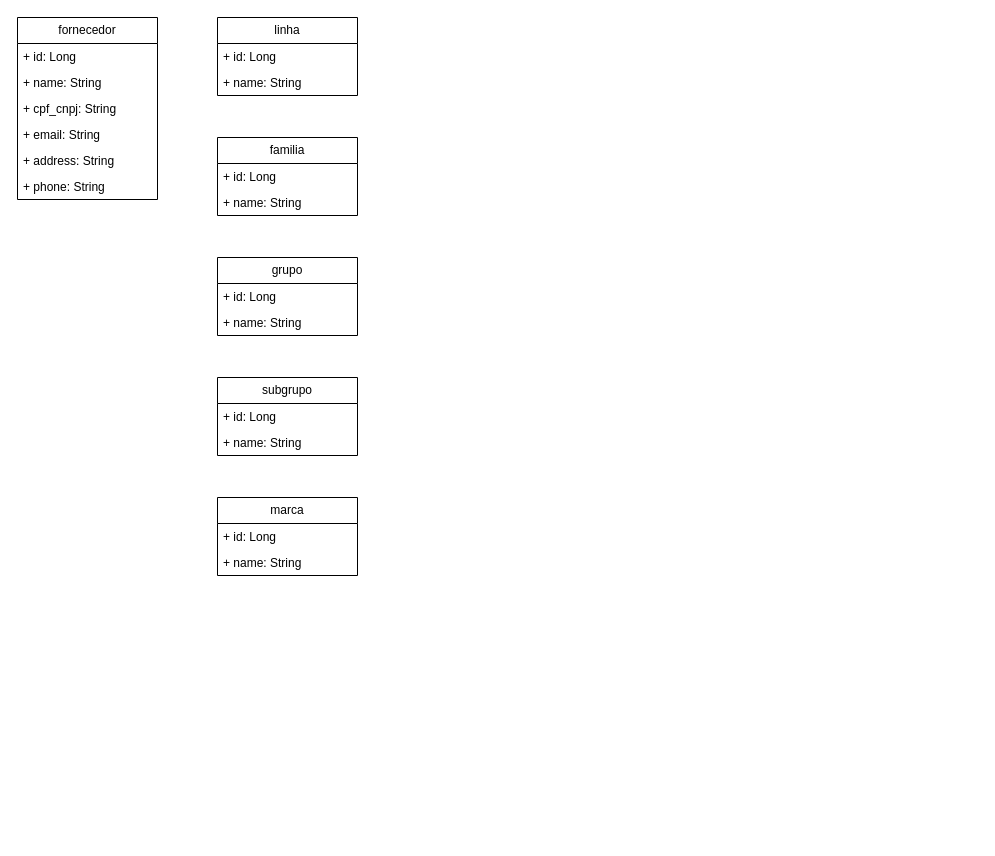
augustocesarsousa/draw-io keeps this draw.io diagram as produto.drawio. Above is the earlier version. Source tidied: cells renumbered, new cells numbered last; positions are measured from the earlier drawing's top-left corner, leaving out a move shared by most shapes. Both pictures are drawn from the tidied source at 100%, with x=0, y=0 at pixel (17, 17).
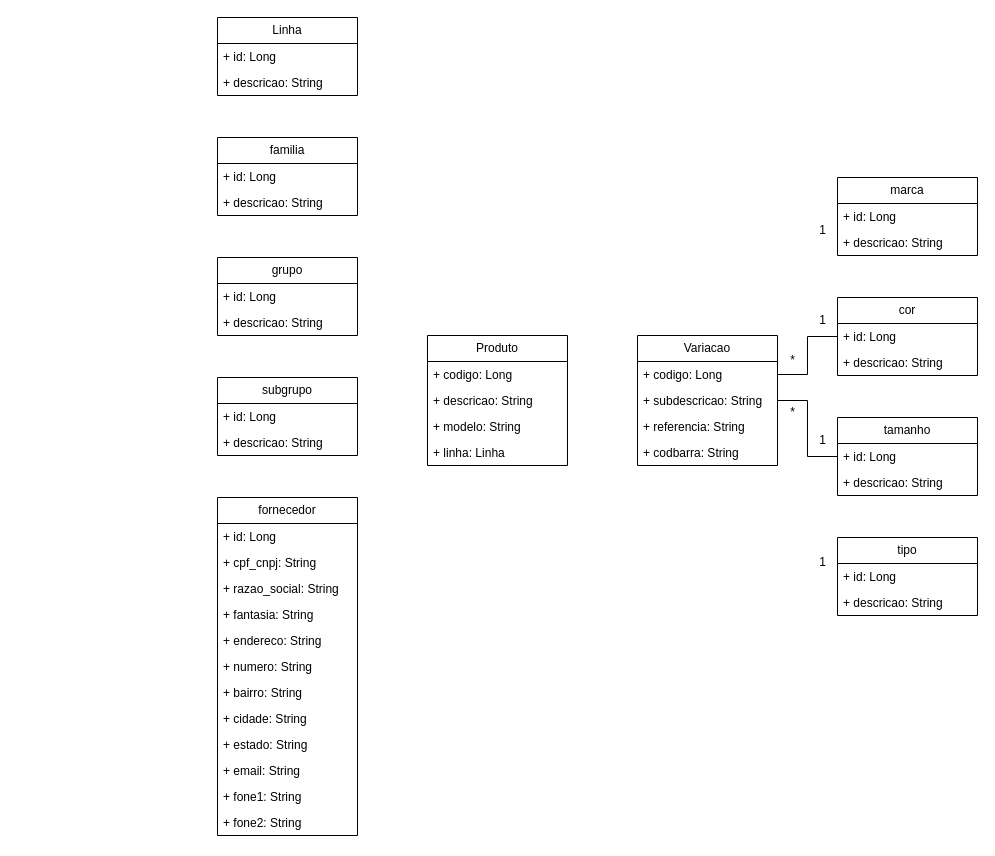
After the change.

The change refers to these unchanged cells:
```xml
<mxCell id="5" value="familia" style="swimlane;fontStyle=0;horizontal=1;startSize=26;fillColor=none;whiteSpace=wrap;html=1;" parent="1" vertex="1">
  <mxGeometry x="200" y="120" width="140" height="78" as="geometry" />
</mxCell>
<mxCell id="8" value="grupo" style="swimlane;fontStyle=0;horizontal=1;startSize=26;fillColor=none;whiteSpace=wrap;html=1;" parent="1" vertex="1">
  <mxGeometry x="200" y="240" width="140" height="78" as="geometry" />
</mxCell>
<mxCell id="11" value="subgrupo" style="swimlane;fontStyle=0;horizontal=1;startSize=26;fillColor=none;whiteSpace=wrap;html=1;" parent="1" vertex="1">
  <mxGeometry x="200" y="360" width="140" height="78" as="geometry" />
</mxCell>
```

Change to the diagram source:
```diff
@@
-    <mxCell id="2" value="linha" style="swimlane;fontStyle=0;horizontal=1;startSize=26;fillColor=none;whiteSpace=wrap;html=1;" parent="1" vertex="1">
+    <mxCell id="2" value="Linha" style="swimlane;fontStyle=0;horizontal=1;startSize=26;fillColor=none;whiteSpace=wrap;html=1;" parent="1" vertex="1">
       <mxGeometry x="200" width="140" height="78" as="geometry" />
     </mxCell>
@@
-    <mxCell id="4" value="+ name: String" style="text;strokeColor=none;fillColor=none;align=left;verticalAlign=top;spacingLeft=4;spacingRight=4;overflow=hidden;whiteSpace=wrap;html=1;" parent="2" vertex="1">
+    <mxCell id="4" value="+ descricao: String" style="text;strokeColor=none;fillColor=none;align=left;verticalAlign=top;spacingLeft=4;spacingRight=4;overflow=hidden;whiteSpace=wrap;html=1;" parent="2" vertex="1">
       <mxGeometry y="52" width="140" height="26" as="geometry" />
     </mxCell>
@@
-    <mxCell id="7" value="+ name: String" style="text;strokeColor=none;fillColor=none;align=left;verticalAlign=top;spacingLeft=4;spacingRight=4;overflow=hidden;whiteSpace=wrap;html=1;" parent="5" vertex="1">
+    <mxCell id="7" value="+ descricao: String" style="text;strokeColor=none;fillColor=none;align=left;verticalAlign=top;spacingLeft=4;spacingRight=4;overflow=hidden;whiteSpace=wrap;html=1;" parent="5" vertex="1">
       <mxGeometry y="52" width="140" height="26" as="geometry" />
     </mxCell>
@@
-    <mxCell id="10" value="+ name: String" style="text;strokeColor=none;fillColor=none;align=left;verticalAlign=top;spacingLeft=4;spacingRight=4;overflow=hidden;whiteSpace=wrap;html=1;" parent="8" vertex="1">
+    <mxCell id="10" value="+ descricao: String" style="text;strokeColor=none;fillColor=none;align=left;verticalAlign=top;spacingLeft=4;spacingRight=4;overflow=hidden;whiteSpace=wrap;html=1;" parent="8" vertex="1">
       <mxGeometry y="52" width="140" height="26" as="geometry" />
     </mxCell>
@@
-    <mxCell id="13" value="+ name: String" style="text;strokeColor=none;fillColor=none;align=left;verticalAlign=top;spacingLeft=4;spacingRight=4;overflow=hidden;whiteSpace=wrap;html=1;" parent="11" vertex="1">
+    <mxCell id="13" value="+ descricao: String" style="text;strokeColor=none;fillColor=none;align=left;verticalAlign=top;spacingLeft=4;spacingRight=4;overflow=hidden;whiteSpace=wrap;html=1;" parent="11" vertex="1">
       <mxGeometry y="52" width="140" height="26" as="geometry" />
     </mxCell>
     <mxCell id="14" value="marca" style="swimlane;fontStyle=0;horizontal=1;startSize=26;fillColor=none;whiteSpace=wrap;html=1;" parent="1" vertex="1">
-      <mxGeometry x="200" y="480" width="140" height="78" as="geometry" />
+      <mxGeometry x="820" y="160" width="140" height="78" as="geometry" />
     </mxCell>
@@
-    <mxCell id="16" value="+ name: String" style="text;strokeColor=none;fillColor=none;align=left;verticalAlign=top;spacingLeft=4;spacingRight=4;overflow=hidden;whiteSpace=wrap;html=1;" parent="14" vertex="1">
+    <mxCell id="16" value="+ descricao: String" style="text;strokeColor=none;fillColor=none;align=left;verticalAlign=top;spacingLeft=4;spacingRight=4;overflow=hidden;whiteSpace=wrap;html=1;" parent="14" vertex="1">
       <mxGeometry y="52" width="140" height="26" as="geometry" />
     </mxCell>
     <mxCell id="17" value="fornecedor" style="swimlane;fontStyle=0;horizontal=1;startSize=26;fillColor=none;whiteSpace=wrap;html=1;" parent="1" vertex="1">
-      <mxGeometry width="140" height="182" as="geometry" />
+      <mxGeometry x="200" y="480" width="140" height="338" as="geometry" />
     </mxCell>
@@
+    <mxCell id="20" value="+ cpf_cnpj: String" style="text;strokeColor=none;fillColor=none;align=left;verticalAlign=top;spacingLeft=4;spacingRight=4;overflow=hidden;whiteSpace=wrap;html=1;" parent="17" vertex="1">
+      <mxGeometry y="52" width="140" height="26" as="geometry" />
+    </mxCell>
-    <mxCell id="19" value="+ name: String" style="text;strokeColor=none;fillColor=none;align=left;verticalAlign=top;spacingLeft=4;spacingRight=4;overflow=hidden;whiteSpace=wrap;html=1;" parent="17" vertex="1">
-      <mxGeometry y="52" width="140" height="26" as="geometry" />
+    <mxCell id="19" value="+ razao_social: String" style="text;strokeColor=none;fillColor=none;align=left;verticalAlign=top;spacingLeft=4;spacingRight=4;overflow=hidden;whiteSpace=wrap;html=1;" parent="17" vertex="1">
+      <mxGeometry y="78" width="140" height="26" as="geometry" />
     </mxCell>
-    <mxCell id="20" value="+ cpf_cnpj: String" style="text;strokeColor=none;fillColor=none;align=left;verticalAlign=top;spacingLeft=4;spacingRight=4;overflow=hidden;whiteSpace=wrap;html=1;" parent="17" vertex="1">
-      <mxGeometry y="78" width="140" height="26" as="geometry" />
-    </mxCell>
-    <mxCell id="21" value="+ email: String" style="text;strokeColor=none;fillColor=none;align=left;verticalAlign=top;spacingLeft=4;spacingRight=4;overflow=hidden;whiteSpace=wrap;html=1;" parent="17" vertex="1">
-      <mxGeometry y="104" width="140" height="26" as="geometry" />
-    </mxCell>
+    <mxCell id="24" value="+ fantasia: String" style="text;strokeColor=none;fillColor=none;align=left;verticalAlign=top;spacingLeft=4;spacingRight=4;overflow=hidden;whiteSpace=wrap;html=1;" parent="17" vertex="1">
+      <mxGeometry y="104" width="140" height="26" as="geometry" />
+    </mxCell>
-    <mxCell id="22" value="+ address: String" style="text;strokeColor=none;fillColor=none;align=left;verticalAlign=top;spacingLeft=4;spacingRight=4;overflow=hidden;whiteSpace=wrap;html=1;" parent="17" vertex="1">
+    <mxCell id="22" value="+ endereco: String" style="text;strokeColor=none;fillColor=none;align=left;verticalAlign=top;spacingLeft=4;spacingRight=4;overflow=hidden;whiteSpace=wrap;html=1;" parent="17" vertex="1">
       <mxGeometry y="130" width="140" height="26" as="geometry" />
     </mxCell>
-    <mxCell id="23" value="+ phone: String" style="text;strokeColor=none;fillColor=none;align=left;verticalAlign=top;spacingLeft=4;spacingRight=4;overflow=hidden;whiteSpace=wrap;html=1;" parent="17" vertex="1">
+    <mxCell id="23" value="+ numero: String" style="text;strokeColor=none;fillColor=none;align=left;verticalAlign=top;spacingLeft=4;spacingRight=4;overflow=hidden;whiteSpace=wrap;html=1;" parent="17" vertex="1">
       <mxGeometry y="156" width="140" height="26" as="geometry" />
     </mxCell>
+    <mxCell id="25" value="+ bairro: String" style="text;strokeColor=none;fillColor=none;align=left;verticalAlign=top;spacingLeft=4;spacingRight=4;overflow=hidden;whiteSpace=wrap;html=1;" parent="17" vertex="1">
+      <mxGeometry y="182" width="140" height="26" as="geometry" />
+    </mxCell>
+    <mxCell id="21" value="+ cidade: String" style="text;strokeColor=none;fillColor=none;align=left;verticalAlign=top;spacingLeft=4;spacingRight=4;overflow=hidden;whiteSpace=wrap;html=1;" parent="17" vertex="1">
+      <mxGeometry y="208" width="140" height="26" as="geometry" />
+    </mxCell>
+    <mxCell id="26" value="+ estado: String" style="text;strokeColor=none;fillColor=none;align=left;verticalAlign=top;spacingLeft=4;spacingRight=4;overflow=hidden;whiteSpace=wrap;html=1;" parent="17" vertex="1">
+      <mxGeometry y="234" width="140" height="26" as="geometry" />
+    </mxCell>
+    <mxCell id="27" value="+ email: String" style="text;strokeColor=none;fillColor=none;align=left;verticalAlign=top;spacingLeft=4;spacingRight=4;overflow=hidden;whiteSpace=wrap;html=1;" parent="17" vertex="1">
+      <mxGeometry y="260" width="140" height="26" as="geometry" />
+    </mxCell>
+    <mxCell id="28" value="+ fone1: String" style="text;strokeColor=none;fillColor=none;align=left;verticalAlign=top;spacingLeft=4;spacingRight=4;overflow=hidden;whiteSpace=wrap;html=1;" parent="17" vertex="1">
+      <mxGeometry y="286" width="140" height="26" as="geometry" />
+    </mxCell>
+    <mxCell id="29" value="+ fone2: String" style="text;strokeColor=none;fillColor=none;align=left;verticalAlign=top;spacingLeft=4;spacingRight=4;overflow=hidden;whiteSpace=wrap;html=1;" parent="17" vertex="1">
+      <mxGeometry y="312" width="140" height="26" as="geometry" />
+    </mxCell>
+    <mxCell id="30" style="edgeStyle=orthogonalEdgeStyle;rounded=0;jettySize=auto;html=1;entryX=1;entryY=0.5;entryDx=0;entryDy=0;endArrow=none;endFill=0;" parent="1" edge="1" source="31" target="47">
+      <mxGeometry relative="1" as="geometry" />
+    </mxCell>
+    <mxCell id="31" value="cor" style="swimlane;fontStyle=0;horizontal=1;startSize=26;fillColor=none;whiteSpace=wrap;html=1;" parent="1" vertex="1">
+      <mxGeometry x="820" y="280" width="140" height="78" as="geometry" />
+    </mxCell>
+    <mxCell id="32" value="+ id: Long" style="text;strokeColor=none;fillColor=none;align=left;verticalAlign=top;spacingLeft=4;spacingRight=4;overflow=hidden;whiteSpace=wrap;html=1;" parent="31" vertex="1">
+      <mxGeometry y="26" width="140" height="26" as="geometry" />
+    </mxCell>
+    <mxCell id="33" value="+ descricao: String" style="text;strokeColor=none;fillColor=none;align=left;verticalAlign=top;spacingLeft=4;spacingRight=4;overflow=hidden;whiteSpace=wrap;html=1;" parent="31" vertex="1">
+      <mxGeometry y="52" width="140" height="26" as="geometry" />
+    </mxCell>
+    <mxCell id="34" style="edgeStyle=orthogonalEdgeStyle;rounded=0;jettySize=auto;html=1;endArrow=none;endFill=0;" parent="1" edge="1" source="35" target="46">
+      <mxGeometry relative="1" as="geometry" />
+    </mxCell>
+    <mxCell id="35" value="tamanho" style="swimlane;fontStyle=0;horizontal=1;startSize=26;fillColor=none;whiteSpace=wrap;html=1;" parent="1" vertex="1">
+      <mxGeometry x="820" y="400" width="140" height="78" as="geometry" />
+    </mxCell>
+    <mxCell id="36" value="+ id: Long" style="text;strokeColor=none;fillColor=none;align=left;verticalAlign=top;spacingLeft=4;spacingRight=4;overflow=hidden;whiteSpace=wrap;html=1;" parent="35" vertex="1">
+      <mxGeometry y="26" width="140" height="26" as="geometry" />
+    </mxCell>
+    <mxCell id="37" value="+ descricao: String" style="text;strokeColor=none;fillColor=none;align=left;verticalAlign=top;spacingLeft=4;spacingRight=4;overflow=hidden;whiteSpace=wrap;html=1;" parent="35" vertex="1">
+      <mxGeometry y="52" width="140" height="26" as="geometry" />
+    </mxCell>
+    <mxCell id="38" value="Produto" style="swimlane;fontStyle=0;horizontal=1;startSize=26;fillColor=none;whiteSpace=wrap;html=1;" parent="1" vertex="1">
+      <mxGeometry x="410" y="318" width="140" height="130" as="geometry" />
+    </mxCell>
+    <mxCell id="39" value="+ codigo: Long" style="text;strokeColor=none;fillColor=none;align=left;verticalAlign=top;spacingLeft=4;spacingRight=4;overflow=hidden;whiteSpace=wrap;html=1;" parent="38" vertex="1">
+      <mxGeometry y="26" width="140" height="26" as="geometry" />
+    </mxCell>
+    <mxCell id="40" value="+ descricao: String" style="text;strokeColor=none;fillColor=none;align=left;verticalAlign=top;spacingLeft=4;spacingRight=4;overflow=hidden;whiteSpace=wrap;html=1;" parent="38" vertex="1">
+      <mxGeometry y="52" width="140" height="26" as="geometry" />
+    </mxCell>
+    <mxCell id="41" value="+ modelo: String" style="text;strokeColor=none;fillColor=none;align=left;verticalAlign=top;spacingLeft=4;spacingRight=4;overflow=hidden;whiteSpace=wrap;html=1;" parent="38" vertex="1">
+      <mxGeometry y="78" width="140" height="26" as="geometry" />
+    </mxCell>
+    <mxCell id="42" value="+ linha: Linha" style="text;strokeColor=none;fillColor=none;align=left;verticalAlign=top;spacingLeft=4;spacingRight=4;overflow=hidden;whiteSpace=wrap;html=1;" parent="38" vertex="1">
+      <mxGeometry y="104" width="140" height="26" as="geometry" />
+    </mxCell>
+    <mxCell id="43" value="tipo" style="swimlane;fontStyle=0;horizontal=1;startSize=26;fillColor=none;whiteSpace=wrap;html=1;" parent="1" vertex="1">
+      <mxGeometry x="820" y="520" width="140" height="78" as="geometry" />
+    </mxCell>
+    <mxCell id="44" value="+ id: Long" style="text;strokeColor=none;fillColor=none;align=left;verticalAlign=top;spacingLeft=4;spacingRight=4;overflow=hidden;whiteSpace=wrap;html=1;" parent="43" vertex="1">
+      <mxGeometry y="26" width="140" height="26" as="geometry" />
+    </mxCell>
+    <mxCell id="45" value="+ descricao: String" style="text;strokeColor=none;fillColor=none;align=left;verticalAlign=top;spacingLeft=4;spacingRight=4;overflow=hidden;whiteSpace=wrap;html=1;" parent="43" vertex="1">
+      <mxGeometry y="52" width="140" height="26" as="geometry" />
+    </mxCell>
+    <mxCell id="46" value="Variacao" style="swimlane;fontStyle=0;horizontal=1;startSize=26;fillColor=none;whiteSpace=wrap;html=1;" parent="1" vertex="1">
+      <mxGeometry x="620" y="318" width="140" height="130" as="geometry" />
+    </mxCell>
+    <mxCell id="47" value="+ codigo: Long" style="text;strokeColor=none;fillColor=none;align=left;verticalAlign=top;spacingLeft=4;spacingRight=4;overflow=hidden;points=[[0,0.5],[1,0.5]];portConstraint=eastwest;whiteSpace=wrap;html=1;" parent="46" vertex="1">
+      <mxGeometry y="26" width="140" height="26" as="geometry" />
+    </mxCell>
+    <mxCell id="48" value="+ subdescricao: String" style="text;strokeColor=none;fillColor=none;align=left;verticalAlign=top;spacingLeft=4;spacingRight=4;overflow=hidden;whiteSpace=wrap;html=1;" parent="46" vertex="1">
+      <mxGeometry y="52" width="140" height="26" as="geometry" />
+    </mxCell>
+    <mxCell id="49" value="+ referencia: String" style="text;strokeColor=none;fillColor=none;align=left;verticalAlign=top;spacingLeft=4;spacingRight=4;overflow=hidden;whiteSpace=wrap;html=1;" parent="46" vertex="1">
+      <mxGeometry y="78" width="140" height="26" as="geometry" />
+    </mxCell>
+    <mxCell id="50" value="+ codbarra: String" style="text;strokeColor=none;fillColor=none;align=left;verticalAlign=top;spacingLeft=4;spacingRight=4;overflow=hidden;whiteSpace=wrap;html=1;" parent="46" vertex="1">
+      <mxGeometry y="104" width="140" height="26" as="geometry" />
+    </mxCell>
+    <mxCell id="51" value="1" style="text;html=1;align=center;verticalAlign=middle;strokeColor=none;fillColor=none;fontSize=12;" parent="1" vertex="1">
+      <mxGeometry x="790" y="198" width="30" height="30" as="geometry" />
+    </mxCell>
+    <mxCell id="52" value="1" style="text;html=1;align=center;verticalAlign=middle;strokeColor=none;fillColor=none;fontSize=12;" parent="1" vertex="1">
+      <mxGeometry x="790" y="288" width="30" height="30" as="geometry" />
+    </mxCell>
+    <mxCell id="53" value="*" style="text;html=1;align=center;verticalAlign=middle;strokeColor=none;fillColor=none;fontSize=12;" parent="1" vertex="1">
+      <mxGeometry x="760" y="328" width="30" height="30" as="geometry" />
+    </mxCell>
+    <mxCell id="54" value="1" style="text;html=1;align=center;verticalAlign=middle;strokeColor=none;fillColor=none;fontSize=12;" parent="1" vertex="1">
+      <mxGeometry x="790" y="408" width="30" height="30" as="geometry" />
+    </mxCell>
+    <mxCell id="55" value="1" style="text;html=1;align=center;verticalAlign=middle;strokeColor=none;fillColor=none;fontSize=12;" parent="1" vertex="1">
+      <mxGeometry x="790" y="530" width="30" height="30" as="geometry" />
+    </mxCell>
+    <mxCell id="56" value="*" style="text;html=1;align=center;verticalAlign=middle;strokeColor=none;fillColor=none;fontSize=12;" parent="1" vertex="1">
+      <mxGeometry x="760" y="380" width="30" height="30" as="geometry" />
+    </mxCell>
```
